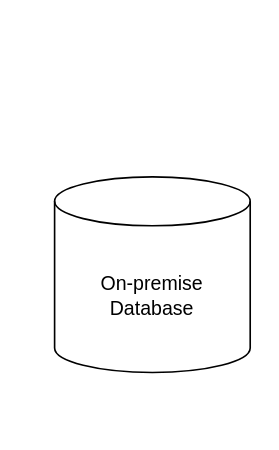
This is StudyBuddy.drawio from Aenast28/Datov-Projekt---StudyBuddy, a draw.io file, before an edit. Source tidied: cells renumbered, new cells numbered last; positions are measured from the earlier drawing's top-left corner, leaving out a move shared by most shapes. Both pictures are drawn from the tidied source at 163%, with x=0, y=0 at pixel (54, 176).
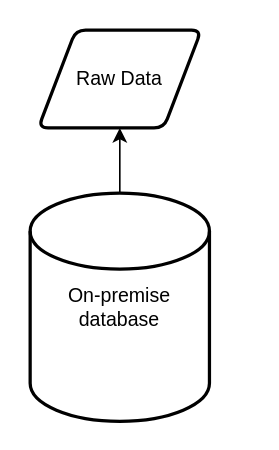
The same diagram, later.

Diff of the diagram source:
```diff
@@
 <mxGraphModel>
   <root>
     <mxCell id="0" />
     <mxCell id="1" parent="0" />
-    <mxCell id="2" value="On-premise&lt;div&gt;Database&lt;/div&gt;" style="shape=cylinder3;whiteSpace=wrap;html=1;boundedLbl=1;backgroundOutline=1;size=15;" parent="1" vertex="1">
-      <mxGeometry width="120" height="120" as="geometry" />
-    </mxCell>
+    <mxCell id="3" value="Raw Data" style="shape=parallelogram;html=1;strokeWidth=2;perimeter=parallelogramPerimeter;whiteSpace=wrap;rounded=1;arcSize=12;size=0.23;" parent="1" vertex="1">
+      <mxGeometry x="-10" y="-90" width="100" height="60" as="geometry" />
+    </mxCell>
+    <mxCell id="4" style="edgeStyle=orthogonalEdgeStyle;rounded=0;jettySize=auto;html=1;entryX=0.5;entryY=1;entryDx=0;entryDy=0;" parent="1" edge="1" source="5" target="3">
+      <mxGeometry relative="1" as="geometry" />
+    </mxCell>
+    <mxCell id="5" value="On-premise database" style="strokeWidth=2;html=1;shape=mxgraph.flowchart.database;whiteSpace=wrap;" parent="1" vertex="1">
+      <mxGeometry x="-15" y="10" width="110" height="140" as="geometry" />
+    </mxCell>
   </root>
 </mxGraphModel>
```
